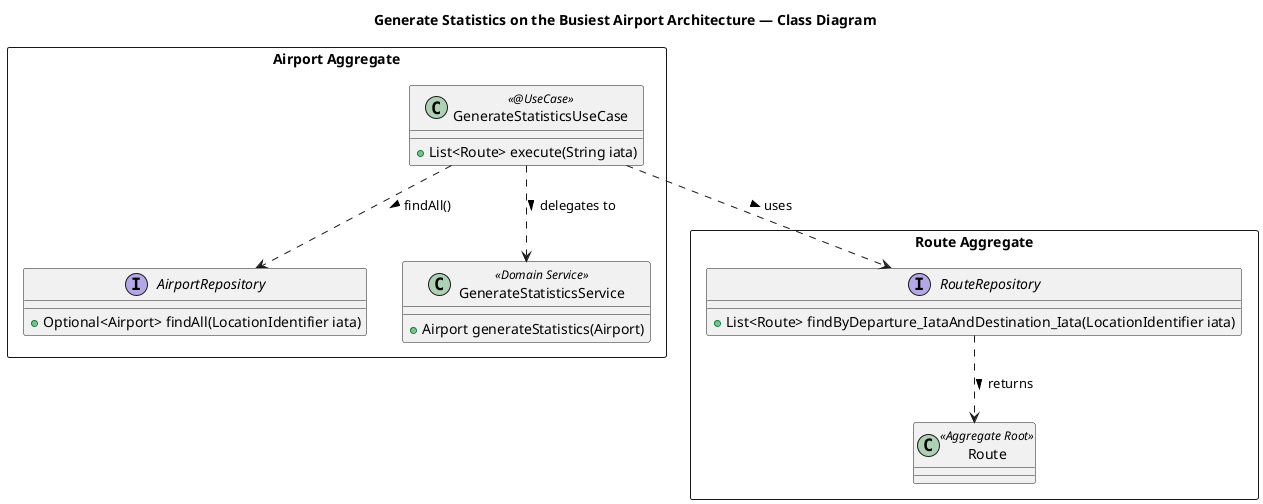
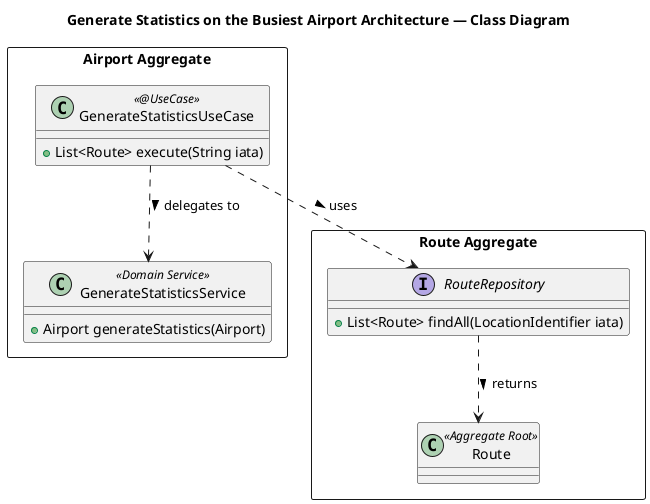
@startuml
'https://plantuml.com/class-diagram

title Generate Statistics on the Busiest Airport Architecture — Class Diagram

package "Airport Aggregate" <<rectangle>> {
-     interface AirportRepository {
-         + Optional<Airport> findAll(LocationIdentifier iata)
-     }
- 
    class GenerateStatisticsService <<Domain Service>> {
        + Airport generateStatistics(Airport)
    }

    class GenerateStatisticsUseCase <<@UseCase>> {
        + List<Route> execute(String iata)
    }

-     GenerateStatisticsUseCase ..> AirportRepository : findAll() >
    GenerateStatisticsUseCase ..> GenerateStatisticsService : delegates to >
}

package "Route Aggregate" <<rectangle>> {
    class Route <<Aggregate Root>> {
    }
    interface RouteRepository {
-         + List<Route> findByDeparture_IataAndDestination_Iata(LocationIdentifier iata)
+         + List<Route> findAll(LocationIdentifier iata)
    }
}

GenerateStatisticsUseCase ..> RouteRepository : uses >
RouteRepository ..> Route : returns >

@enduml